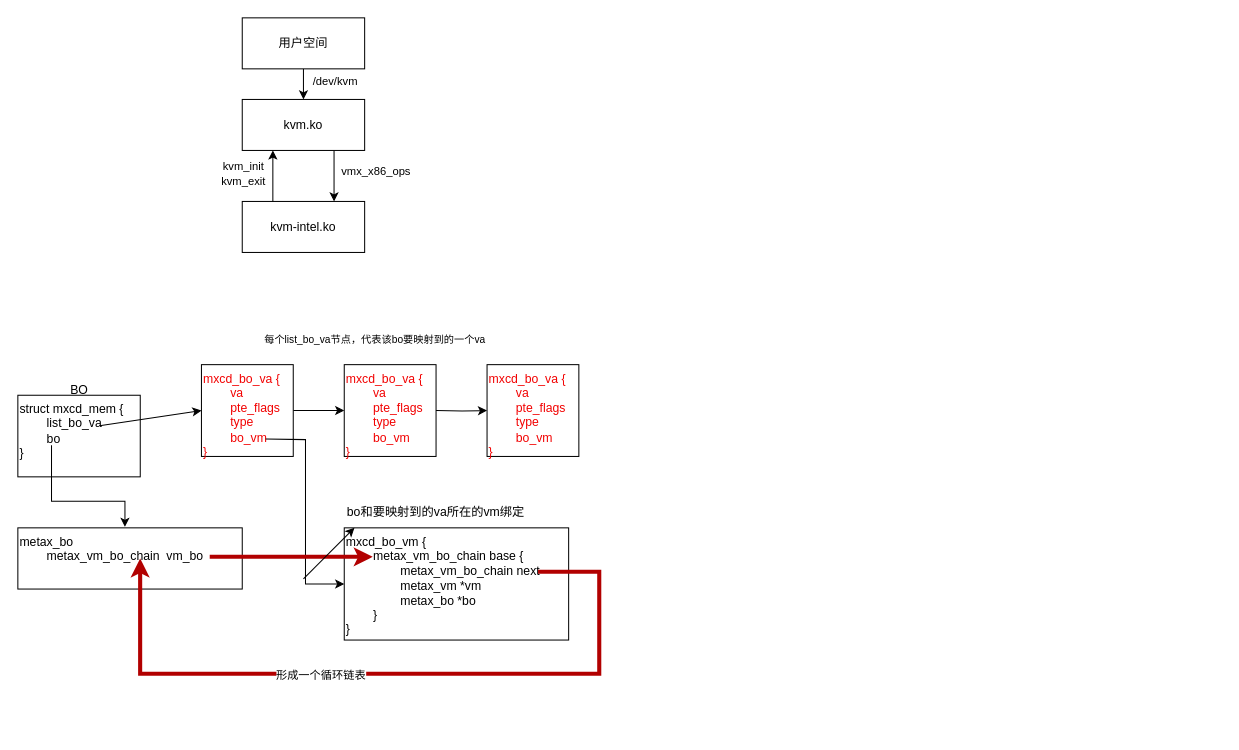
Before: kvm模块.drawio in denglin12315/drawio_repo, a draw.io diagram. Source tidied: cells renumbered, new cells numbered last; positions are measured from the earlier drawing's top-left corner, leaving out a move shared by most shapes. Both pictures are drawn from the tidied source at 102%, with x=0, y=0 at pixel (17, 17).
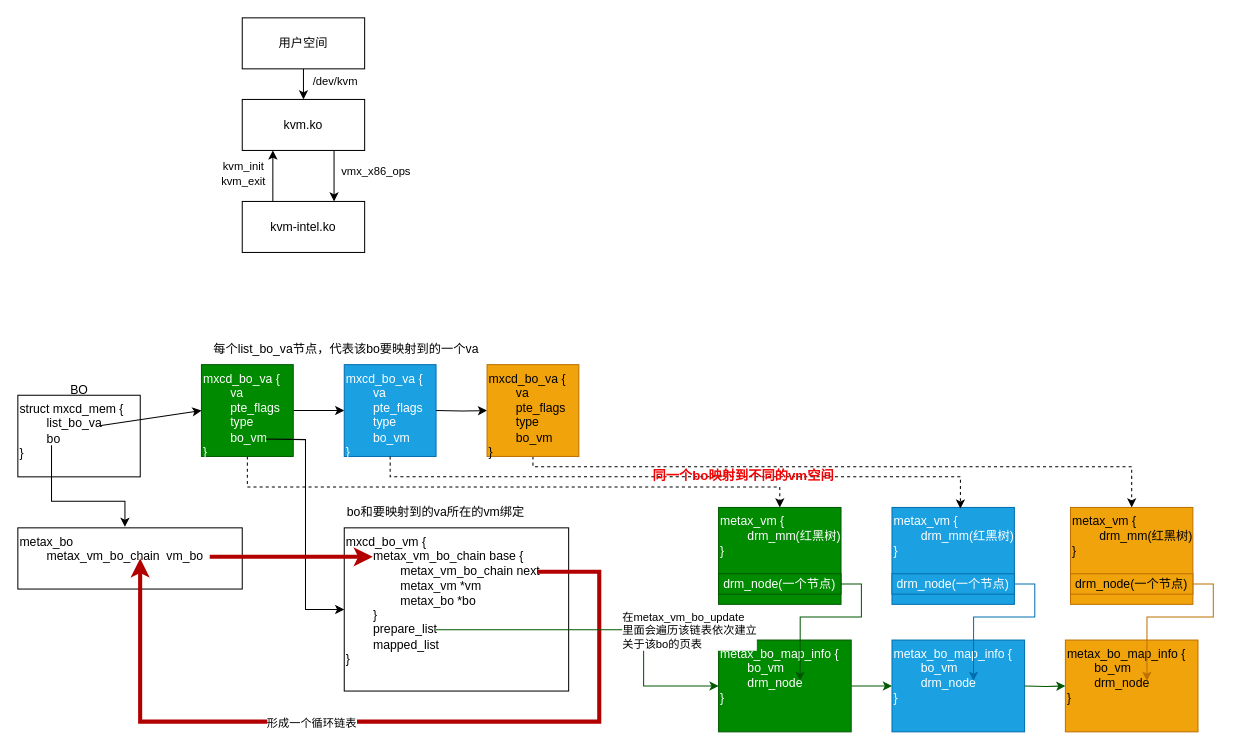
The same page after the edit.

Unchanged cells that the change refers to:
```xml
<mxCell id="23" value="metax_bo&lt;div&gt;&lt;span style=&quot;background-color: transparent; color: light-dark(rgb(0, 0, 0), rgb(255, 255, 255));&quot;&gt;&lt;span style=&quot;white-space: pre;&quot;&gt;&#9;&lt;/span&gt;metax_vm_bo_chain&amp;nbsp; vm_bo&lt;/span&gt;&lt;/div&gt;" style="rounded=0;whiteSpace=wrap;html=1;align=left;verticalAlign=top;" parent="1" vertex="1">
  <mxGeometry y="500" width="220" height="60" as="geometry" />
</mxCell>
```

The edit, as a diff of the source:
```diff
@@
+    <mxCell id="29" style="edgeStyle=orthogonalEdgeStyle;rounded=0;jettySize=auto;html=1;exitX=0.5;exitY=1;exitDx=0;exitDy=0;dashed=1;" parent="1" edge="1" source="14" target="38">
+      <mxGeometry relative="1" as="geometry">
+        <Array as="points">
+          <mxPoint x="225" y="460" />
+          <mxPoint x="747" y="460" />
+        </Array>
+      </mxGeometry>
+    </mxCell>
-    <mxCell id="14" value="mxcd_bo_va {&lt;div&gt;&lt;span style=&quot;white-space: pre;&quot;&gt;&#9;&lt;/span&gt;va&lt;br&gt;&lt;/div&gt;&lt;div&gt;&lt;span style=&quot;white-space: pre;&quot;&gt;&#9;&lt;/span&gt;pte_flags&lt;/div&gt;&lt;div&gt;&lt;span style=&quot;white-space: pre;&quot;&gt;&#9;&lt;/span&gt;type&lt;/div&gt;&lt;div&gt;&lt;span style=&quot;white-space: pre;&quot;&gt;&#9;&lt;/span&gt;bo_vm&lt;br&gt;&lt;/div&gt;&lt;div&gt;}&lt;/div&gt;" style="rounded=0;whiteSpace=wrap;html=1;align=left;verticalAlign=top;fontColor=#F20202;" parent="1" vertex="1">
+    <mxCell id="14" value="mxcd_bo_va {&lt;div&gt;&lt;span style=&quot;white-space: pre;&quot;&gt;&#9;&lt;/span&gt;va&lt;br&gt;&lt;/div&gt;&lt;div&gt;&lt;span style=&quot;white-space: pre;&quot;&gt;&#9;&lt;/span&gt;pte_flags&lt;/div&gt;&lt;div&gt;&lt;span style=&quot;white-space: pre;&quot;&gt;&#9;&lt;/span&gt;type&lt;/div&gt;&lt;div&gt;&lt;span style=&quot;white-space: pre;&quot;&gt;&#9;&lt;/span&gt;bo_vm&lt;br&gt;&lt;/div&gt;&lt;div&gt;}&lt;/div&gt;" style="rounded=0;whiteSpace=wrap;html=1;align=left;verticalAlign=top;fontColor=#ffffff;fillColor=#008a00;strokeColor=#005700;" parent="1" vertex="1">
       <mxGeometry x="180" y="340" width="90" height="90" as="geometry" />
     </mxCell>
-    <mxCell id="15" value="mxcd_bo_va {&lt;div&gt;&lt;span style=&quot;white-space: pre;&quot;&gt;&#9;&lt;/span&gt;va&lt;br&gt;&lt;/div&gt;&lt;div&gt;&lt;span style=&quot;white-space: pre;&quot;&gt;&#9;&lt;/span&gt;pte_flags&lt;/div&gt;&lt;div&gt;&lt;span style=&quot;white-space: pre;&quot;&gt;&#9;&lt;/span&gt;type&lt;br&gt;&lt;/div&gt;&lt;div&gt;&lt;span style=&quot;white-space: pre;&quot;&gt;&#9;&lt;/span&gt;bo_vm&lt;br&gt;&lt;/div&gt;&lt;div&gt;}&lt;/div&gt;" style="rounded=0;whiteSpace=wrap;html=1;align=left;verticalAlign=top;fontColor=#F20202;" parent="1" vertex="1">
+    <mxCell id="15" value="mxcd_bo_va {&lt;div&gt;&lt;span style=&quot;white-space: pre;&quot;&gt;&#9;&lt;/span&gt;va&lt;br&gt;&lt;/div&gt;&lt;div&gt;&lt;span style=&quot;white-space: pre;&quot;&gt;&#9;&lt;/span&gt;pte_flags&lt;/div&gt;&lt;div&gt;&lt;span style=&quot;white-space: pre;&quot;&gt;&#9;&lt;/span&gt;type&lt;br&gt;&lt;/div&gt;&lt;div&gt;&lt;span style=&quot;white-space: pre;&quot;&gt;&#9;&lt;/span&gt;bo_vm&lt;br&gt;&lt;/div&gt;&lt;div&gt;}&lt;/div&gt;" style="rounded=0;whiteSpace=wrap;html=1;align=left;verticalAlign=top;fontColor=#ffffff;fillColor=#1ba1e2;strokeColor=#006EAF;" parent="1" vertex="1">
       <mxGeometry x="320" y="340" width="90" height="90" as="geometry" />
     </mxCell>
@@
-    <mxCell id="17" value="每个list_bo_va节点，代表该bo要映射到的一个va" style="text;html=1;align=left;verticalAlign=middle;whiteSpace=wrap;rounded=0;fontSize=10;" parent="1" vertex="1">
-      <mxGeometry x="240" y="300" width="220" height="30" as="geometry" />
+    <mxCell id="17" value="每个list_bo_va节点，代表该bo要映射到的一个va" style="text;html=1;align=left;verticalAlign=middle;whiteSpace=wrap;rounded=0;fontSize=12;" parent="1" vertex="1">
+      <mxGeometry x="190" y="310" width="300" height="30" as="geometry" />
     </mxCell>
-    <mxCell id="18" value="mxcd_bo_vm {&lt;div&gt;&lt;span style=&quot;background-color: transparent; color: light-dark(rgb(0, 0, 0), rgb(255, 255, 255));&quot;&gt;&lt;span style=&quot;white-space: pre;&quot;&gt;&#9;&lt;/span&gt;metax_vm_bo_chain base {&lt;/span&gt;&lt;/div&gt;&lt;div&gt;&lt;span style=&quot;background-color: transparent; color: light-dark(rgb(0, 0, 0), rgb(255, 255, 255));&quot;&gt;&lt;span style=&quot;white-space: pre;&quot;&gt;&#9;&lt;/span&gt;&lt;span style=&quot;white-space: pre;&quot;&gt;&#9;&lt;/span&gt;metax_vm_bo_chain next&lt;/span&gt;&lt;/div&gt;&lt;div&gt;&lt;span style=&quot;background-color: transparent; color: light-dark(rgb(0, 0, 0), rgb(255, 255, 255));&quot;&gt;&lt;span style=&quot;white-space: pre;&quot;&gt;&#9;&lt;/span&gt;&lt;span style=&quot;white-space: pre;&quot;&gt;&#9;&lt;/span&gt;metax_vm *vm&lt;br&gt;&lt;/span&gt;&lt;/div&gt;&lt;div&gt;&lt;span style=&quot;background-color: transparent; color: light-dark(rgb(0, 0, 0), rgb(255, 255, 255));&quot;&gt;&lt;span style=&quot;white-space: pre;&quot;&gt;&#9;&lt;/span&gt;&lt;span style=&quot;white-space: pre;&quot;&gt;&#9;&lt;/span&gt;metax_bo *bo&lt;br&gt;&lt;/span&gt;&lt;/div&gt;&lt;div&gt;&lt;span style=&quot;background-color: transparent; color: light-dark(rgb(0, 0, 0), rgb(255, 255, 255));&quot;&gt;&lt;span style=&quot;white-space: pre;&quot;&gt;&#9;&lt;/span&gt;}&lt;br&gt;&lt;/span&gt;&lt;/div&gt;&lt;div&gt;&lt;span style=&quot;background-color: transparent; color: light-dark(rgb(0, 0, 0), rgb(255, 255, 255));&quot;&gt;}&lt;/span&gt;&lt;/div&gt;" style="rounded=0;whiteSpace=wrap;html=1;align=left;verticalAlign=top;" parent="1" vertex="1">
-      <mxGeometry x="320" y="500" width="220" height="110" as="geometry" />
+    <mxCell id="18" value="mxcd_bo_vm {&lt;div&gt;&lt;span style=&quot;background-color: transparent; color: light-dark(rgb(0, 0, 0), rgb(255, 255, 255));&quot;&gt;&lt;span style=&quot;white-space: pre;&quot;&gt;&#9;&lt;/span&gt;metax_vm_bo_chain base {&lt;/span&gt;&lt;/div&gt;&lt;div&gt;&lt;span style=&quot;background-color: transparent; color: light-dark(rgb(0, 0, 0), rgb(255, 255, 255));&quot;&gt;&lt;span style=&quot;white-space: pre;&quot;&gt;&#9;&lt;/span&gt;&lt;span style=&quot;white-space: pre;&quot;&gt;&#9;&lt;/span&gt;metax_vm_bo_chain next&lt;/span&gt;&lt;/div&gt;&lt;div&gt;&lt;span style=&quot;background-color: transparent; color: light-dark(rgb(0, 0, 0), rgb(255, 255, 255));&quot;&gt;&lt;span style=&quot;white-space: pre;&quot;&gt;&#9;&lt;/span&gt;&lt;span style=&quot;white-space: pre;&quot;&gt;&#9;&lt;/span&gt;metax_vm *vm&lt;br&gt;&lt;/span&gt;&lt;/div&gt;&lt;div&gt;&lt;span style=&quot;background-color: transparent; color: light-dark(rgb(0, 0, 0), rgb(255, 255, 255));&quot;&gt;&lt;span style=&quot;white-space: pre;&quot;&gt;&#9;&lt;/span&gt;&lt;span style=&quot;white-space: pre;&quot;&gt;&#9;&lt;/span&gt;metax_bo *bo&lt;br&gt;&lt;/span&gt;&lt;/div&gt;&lt;div&gt;&lt;span style=&quot;background-color: transparent; color: light-dark(rgb(0, 0, 0), rgb(255, 255, 255));&quot;&gt;&lt;span style=&quot;white-space: pre;&quot;&gt;&#9;&lt;/span&gt;}&lt;br&gt;&lt;/span&gt;&lt;/div&gt;&lt;div&gt;&lt;span style=&quot;background-color: transparent; color: light-dark(rgb(0, 0, 0), rgb(255, 255, 255));&quot;&gt;&lt;span style=&quot;white-space: pre;&quot;&gt;&#9;&lt;/span&gt;prepare_list&lt;br&gt;&lt;/span&gt;&lt;/div&gt;&lt;div&gt;&lt;span style=&quot;background-color: transparent; color: light-dark(rgb(0, 0, 0), rgb(255, 255, 255));&quot;&gt;&lt;span style=&quot;white-space: pre;&quot;&gt;&#9;&lt;/span&gt;mapped_list&lt;br&gt;&lt;/span&gt;&lt;/div&gt;&lt;div&gt;&lt;span style=&quot;background-color: transparent; color: light-dark(rgb(0, 0, 0), rgb(255, 255, 255));&quot;&gt;}&lt;/span&gt;&lt;/div&gt;" style="rounded=0;whiteSpace=wrap;html=1;align=left;verticalAlign=top;" parent="1" vertex="1">
+      <mxGeometry x="320" y="500" width="220" height="160" as="geometry" />
     </mxCell>
@@
+    <mxCell id="30" style="edgeStyle=orthogonalEdgeStyle;rounded=0;jettySize=auto;html=1;exitX=0.5;exitY=1;exitDx=0;exitDy=0;entryX=0.5;entryY=0;entryDx=0;entryDy=0;dashed=1;" parent="1" edge="1" source="22" target="42">
+      <mxGeometry relative="1" as="geometry">
+        <Array as="points">
+          <mxPoint x="505" y="440" />
+          <mxPoint x="1092" y="440" />
+        </Array>
+      </mxGeometry>
+    </mxCell>
-    <mxCell id="22" value="mxcd_bo_va {&lt;div&gt;&lt;span style=&quot;white-space: pre;&quot;&gt;&#9;&lt;/span&gt;va&lt;br&gt;&lt;/div&gt;&lt;div&gt;&lt;span style=&quot;white-space: pre;&quot;&gt;&#9;&lt;/span&gt;pte_flags&lt;/div&gt;&lt;div&gt;&lt;span style=&quot;white-space: pre;&quot;&gt;&#9;&lt;/span&gt;type&lt;br&gt;&lt;/div&gt;&lt;div&gt;&lt;span style=&quot;white-space: pre;&quot;&gt;&#9;&lt;/span&gt;bo_vm&lt;br&gt;&lt;/div&gt;&lt;div&gt;}&lt;/div&gt;" style="rounded=0;whiteSpace=wrap;html=1;align=left;verticalAlign=top;fontColor=#F20202;" parent="1" vertex="1">
+    <mxCell id="22" value="mxcd_bo_va {&lt;div&gt;&lt;span style=&quot;white-space: pre;&quot;&gt;&#9;&lt;/span&gt;va&lt;br&gt;&lt;/div&gt;&lt;div&gt;&lt;span style=&quot;white-space: pre;&quot;&gt;&#9;&lt;/span&gt;pte_flags&lt;/div&gt;&lt;div&gt;&lt;span style=&quot;white-space: pre;&quot;&gt;&#9;&lt;/span&gt;type&lt;br&gt;&lt;/div&gt;&lt;div&gt;&lt;span style=&quot;white-space: pre;&quot;&gt;&#9;&lt;/span&gt;bo_vm&lt;br&gt;&lt;/div&gt;&lt;div&gt;}&lt;/div&gt;" style="rounded=0;whiteSpace=wrap;html=1;align=left;verticalAlign=top;fontColor=#000000;fillColor=#f0a30a;strokeColor=#BD7000;" parent="1" vertex="1">
       <mxGeometry x="460" y="340" width="90" height="90" as="geometry" />
     </mxCell>
@@
     <mxCell id="25" style="edgeStyle=orthogonalEdgeStyle;rounded=0;jettySize=auto;html=1;entryX=0.545;entryY=0.5;entryDx=0;entryDy=0;entryPerimeter=0;fillColor=#e51400;strokeColor=#B20000;strokeWidth=4;" parent="1" edge="1" target="23">
       <mxGeometry relative="1" as="geometry">
         <mxPoint x="510" y="543" as="sourcePoint" />
         <Array as="points">
           <mxPoint x="570" y="543" />
-          <mxPoint x="570" y="643" />
-          <mxPoint x="120" y="643" />
+          <mxPoint x="570" y="690" />
+          <mxPoint x="120" y="690" />
         </Array>
       </mxGeometry>
     </mxCell>
@@
-    <mxCell id="27" style="endArrow=classic;html=1;rounded=0;" parent="1" edge="1">
-      <mxGeometry relative="1" as="geometry">
-        <mxPoint x="280" y="550" as="sourcePoint" />
-        <mxPoint x="330" y="500" as="targetPoint" />
-      </mxGeometry>
-    </mxCell>
@@
+    <mxCell id="31" style="edgeStyle=orthogonalEdgeStyle;rounded=0;jettySize=auto;html=1;exitX=1;exitY=0.5;exitDx=0;exitDy=0;entryX=0;entryY=0.5;entryDx=0;entryDy=0;fillColor=#008a00;strokeColor=#005700;" parent="1" edge="1" source="32" target="33">
+      <mxGeometry relative="1" as="geometry" />
+    </mxCell>
+    <mxCell id="32" value="metax_bo_map_info {&lt;div&gt;&lt;span style=&quot;white-space: pre;&quot;&gt;&#9;&lt;/span&gt;bo_vm&lt;br&gt;&lt;/div&gt;&lt;div&gt;&lt;span style=&quot;white-space: pre;&quot;&gt;&#9;&lt;/span&gt;drm_node&lt;/div&gt;&lt;div&gt;}&lt;/div&gt;" style="rounded=0;whiteSpace=wrap;html=1;align=left;verticalAlign=top;fontColor=#ffffff;fillColor=#008a00;strokeColor=#005700;" parent="1" vertex="1">
+      <mxGeometry x="687" y="610" width="130" height="90" as="geometry" />
+    </mxCell>
+    <mxCell id="33" value="metax_bo_map_info {&lt;div&gt;&lt;span style=&quot;white-space: pre;&quot;&gt;&#9;&lt;/span&gt;bo_vm&lt;br&gt;&lt;/div&gt;&lt;div&gt;&lt;span style=&quot;white-space: pre;&quot;&gt;&#9;&lt;/span&gt;drm_node&lt;/div&gt;&lt;div&gt;}&lt;/div&gt;" style="rounded=0;whiteSpace=wrap;html=1;align=left;verticalAlign=top;fontColor=#ffffff;fillColor=#1ba1e2;strokeColor=#006EAF;" parent="1" vertex="1">
+      <mxGeometry x="857" y="610" width="130" height="90" as="geometry" />
+    </mxCell>
+    <mxCell id="34" style="edgeStyle=orthogonalEdgeStyle;rounded=0;jettySize=auto;html=1;exitX=1;exitY=0.5;exitDx=0;exitDy=0;entryX=0;entryY=0.5;entryDx=0;entryDy=0;fillColor=#008a00;strokeColor=#005700;" parent="1" edge="1" target="35">
+      <mxGeometry relative="1" as="geometry">
+        <mxPoint x="987" y="655" as="sourcePoint" />
+      </mxGeometry>
+    </mxCell>
+    <mxCell id="35" value="metax_bo_map_info {&lt;div&gt;&lt;span style=&quot;white-space: pre;&quot;&gt;&#9;&lt;/span&gt;bo_vm&lt;br&gt;&lt;/div&gt;&lt;div&gt;&lt;span style=&quot;white-space: pre;&quot;&gt;&#9;&lt;/span&gt;drm_node&lt;/div&gt;&lt;div&gt;}&lt;/div&gt;" style="rounded=0;whiteSpace=wrap;html=1;align=left;verticalAlign=top;fontColor=#000000;fillColor=#f0a30a;strokeColor=#BD7000;" parent="1" vertex="1">
+      <mxGeometry x="1027" y="610" width="130" height="90" as="geometry" />
+    </mxCell>
+    <mxCell id="36" style="edgeStyle=orthogonalEdgeStyle;rounded=0;jettySize=auto;html=1;exitX=0.409;exitY=0.625;exitDx=0;exitDy=0;exitPerimeter=0;fillColor=#008a00;strokeColor=#005700;" parent="1" edge="1" source="18" target="32">
+      <mxGeometry relative="1" as="geometry" />
+    </mxCell>
+    <mxCell id="37" value="在metax_vm_bo_update&lt;div&gt;里面会遍历该链表依次建立&lt;/div&gt;&lt;div&gt;关于&lt;span style=&quot;background-color: light-dark(#ffffff, var(--ge-dark-color, #121212)); color: light-dark(rgb(0, 0, 0), rgb(255, 255, 255));&quot;&gt;该bo的页表&lt;/span&gt;&lt;/div&gt;" style="edgeLabel;html=1;align=left;verticalAlign=middle;" parent="36" vertex="1">
+      <mxGeometry x="0.16" y="2" relative="1" as="geometry">
+        <mxPoint x="-12" y="2" as="offset" />
+      </mxGeometry>
+    </mxCell>
+    <mxCell id="38" value="metax_vm {&lt;div&gt;&lt;span style=&quot;white-space: pre;&quot;&gt;&#9;&lt;/span&gt;drm_mm(红黑树)&lt;/div&gt;&lt;div&gt;}&lt;/div&gt;" style="rounded=0;whiteSpace=wrap;html=1;align=left;verticalAlign=top;fillColor=#008a00;fontColor=#ffffff;strokeColor=#005700;" parent="1" vertex="1">
+      <mxGeometry x="687" y="480" width="120" height="95" as="geometry" />
+    </mxCell>
+    <mxCell id="39" value="drm_node(一个节点)" style="rounded=0;whiteSpace=wrap;html=1;fillColor=#008a00;fontColor=#ffffff;strokeColor=#005700;" parent="1" vertex="1">
+      <mxGeometry x="687" y="545" width="120" height="20" as="geometry" />
+    </mxCell>
+    <mxCell id="40" value="metax_vm {&lt;div&gt;&lt;span style=&quot;white-space: pre;&quot;&gt;&#9;&lt;/span&gt;drm_mm(红黑树)&lt;/div&gt;&lt;div&gt;}&lt;/div&gt;" style="rounded=0;whiteSpace=wrap;html=1;align=left;verticalAlign=top;fillColor=#1ba1e2;fontColor=#ffffff;strokeColor=#006EAF;" parent="1" vertex="1">
+      <mxGeometry x="857" y="480" width="120" height="95" as="geometry" />
+    </mxCell>
+    <mxCell id="41" value="drm_node(一个节点)" style="rounded=0;whiteSpace=wrap;html=1;fillColor=#1ba1e2;fontColor=#ffffff;strokeColor=#006EAF;" parent="1" vertex="1">
+      <mxGeometry x="857" y="545" width="120" height="20" as="geometry" />
+    </mxCell>
+    <mxCell id="42" value="metax_vm {&lt;div&gt;&lt;span style=&quot;white-space: pre;&quot;&gt;&#9;&lt;/span&gt;drm_mm(红黑树)&lt;/div&gt;&lt;div&gt;}&lt;/div&gt;" style="rounded=0;whiteSpace=wrap;html=1;align=left;verticalAlign=top;fillColor=#f0a30a;fontColor=#000000;strokeColor=#BD7000;" parent="1" vertex="1">
+      <mxGeometry x="1032" y="480" width="120" height="95" as="geometry" />
+    </mxCell>
+    <mxCell id="43" value="drm_node(一个节点)" style="rounded=0;whiteSpace=wrap;html=1;fillColor=#f0a30a;fontColor=#000000;strokeColor=#BD7000;" parent="1" vertex="1">
+      <mxGeometry x="1032" y="545" width="120" height="20" as="geometry" />
+    </mxCell>
+    <mxCell id="44" style="edgeStyle=orthogonalEdgeStyle;rounded=0;jettySize=auto;html=1;exitX=1;exitY=0.5;exitDx=0;exitDy=0;entryX=0.615;entryY=0.444;entryDx=0;entryDy=0;entryPerimeter=0;fillColor=#008a00;strokeColor=#005700;" parent="1" edge="1" source="39" target="32">
+      <mxGeometry relative="1" as="geometry" />
+    </mxCell>
+    <mxCell id="45" style="edgeStyle=orthogonalEdgeStyle;rounded=0;jettySize=auto;html=1;exitX=1;exitY=0.5;exitDx=0;exitDy=0;entryX=0.615;entryY=0.444;entryDx=0;entryDy=0;entryPerimeter=0;fillColor=#1ba1e2;strokeColor=#006EAF;" parent="1" edge="1" source="41" target="33">
+      <mxGeometry relative="1" as="geometry" />
+    </mxCell>
+    <mxCell id="46" style="edgeStyle=orthogonalEdgeStyle;rounded=0;jettySize=auto;html=1;exitX=1;exitY=0.5;exitDx=0;exitDy=0;entryX=0.615;entryY=0.444;entryDx=0;entryDy=0;entryPerimeter=0;fillColor=#f0a30a;strokeColor=#BD7000;" parent="1" edge="1" source="43" target="35">
+      <mxGeometry relative="1" as="geometry" />
+    </mxCell>
+    <mxCell id="47" style="edgeStyle=orthogonalEdgeStyle;rounded=0;jettySize=auto;html=1;exitX=0.5;exitY=1;exitDx=0;exitDy=0;entryX=0.559;entryY=0.012;entryDx=0;entryDy=0;entryPerimeter=0;dashed=1;" parent="1" edge="1" source="15" target="40">
+      <mxGeometry relative="1" as="geometry">
+        <Array as="points">
+          <mxPoint x="365" y="450" />
+          <mxPoint x="924" y="450" />
+        </Array>
+      </mxGeometry>
+    </mxCell>
+    <mxCell id="48" value="同一个bo映射到不同的vm空间" style="text;html=1;align=center;verticalAlign=middle;whiteSpace=wrap;rounded=0;fontColor=#F20202;fontSize=13;fontStyle=1;" parent="1" vertex="1">
+      <mxGeometry x="555" y="434" width="313" height="30" as="geometry" />
+    </mxCell>
```
